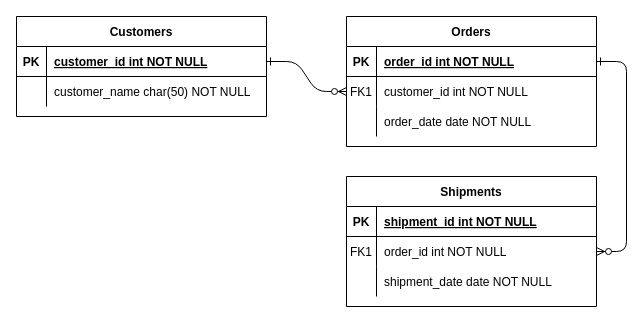
Above: Untitled Diagram.drawio in Okemwag/SavannahInfo-Assessment (draw.io), before the change. Source tidied: cells renumbered, new cells numbered last; positions are measured from the earlier drawing's top-left corner, leaving out a move shared by most shapes. Both pictures are drawn from the tidied source at 100%, with x=0, y=0 at pixel (16, 16).
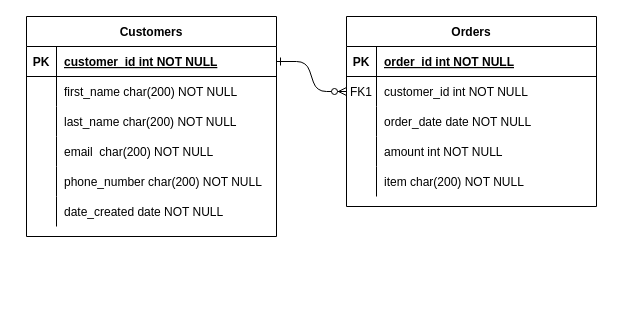
After the change.

The change refers to these unchanged cells:
```xml
<mxCell id="5" style="shape=partialRectangle;fillColor=none;points=[[0,0.5],[1,0.5]];portConstraint=eastwest;top=0;left=0;right=0;bottom=1;" parent="4" vertex="1">
  <mxGeometry y="30" width="250" height="30" as="geometry" />
</mxCell>
```

The edit, as a diff of the source:
```diff
@@
-    <mxCell id="3" style="edgeStyle=entityRelationEdgeStyle;endArrow=ERzeroToMany;startArrow=ERone;endFill=1;startFill=0;" parent="1" edge="1" source="5" target="18">
-      <mxGeometry relative="1" as="geometry" />
-    </mxCell>
     <mxCell id="4" value="Orders" style="shape=table;startSize=30;childLayout=tableLayout;rowLines=0;fontStyle=1;align=center;" parent="1" vertex="1">
-      <mxGeometry x="330" width="250" height="130" as="geometry" />
+      <mxGeometry x="330" width="250" height="190" as="geometry" />
     </mxCell>
@@
-    <mxCell id="14" value="Shipments" style="shape=table;startSize=30;childLayout=tableLayout;rowLines=0;fontStyle=1;align=center;" parent="1" vertex="1">
-      <mxGeometry x="330" y="160" width="250" height="130" as="geometry" />
-    </mxCell>
-    <mxCell id="15" style="shape=partialRectangle;fillColor=none;top=0;left=0;right=0;bottom=1;" parent="14" vertex="1">
-      <mxGeometry y="30" width="250" height="30" as="geometry" />
-    </mxCell>
-    <mxCell id="16" value="PK" style="shape=partialRectangle;overflow=hidden;fillColor=none;top=0;left=0;bottom=0;right=0;fontStyle=1;" parent="15" vertex="1">
-      <mxGeometry width="30" height="30" as="geometry" />
-    </mxCell>
-    <mxCell id="17" value="shipment_id int NOT NULL " style="shape=partialRectangle;overflow=hidden;fillColor=none;top=0;left=0;bottom=0;right=0;align=left;spacingLeft=6;fontStyle=5;" parent="15" vertex="1">
-      <mxGeometry x="30" width="220" height="30" as="geometry" />
-    </mxCell>
-    <mxCell id="18" style="shape=partialRectangle;fillColor=none;points=[[0,0.5],[1,0.5]];portConstraint=eastwest;top=0;left=0;right=0;bottom=0;" parent="14" vertex="1">
-      <mxGeometry y="60" width="250" height="30" as="geometry" />
-    </mxCell>
-    <mxCell id="19" value="FK1" style="shape=partialRectangle;overflow=hidden;fillColor=none;top=0;left=0;bottom=0;right=0;" parent="18" vertex="1">
-      <mxGeometry width="30" height="30" as="geometry" />
-    </mxCell>
-    <mxCell id="20" value="order_id int NOT NULL" style="shape=partialRectangle;overflow=hidden;fillColor=none;top=0;left=0;bottom=0;right=0;align=left;spacingLeft=6;" parent="18" vertex="1">
-      <mxGeometry x="30" width="220" height="30" as="geometry" />
-    </mxCell>
-    <mxCell id="21" style="shape=partialRectangle;fillColor=none;top=0;left=0;right=0;bottom=0;" parent="14" vertex="1">
-      <mxGeometry y="90" width="250" height="30" as="geometry" />
-    </mxCell>
-    <mxCell id="22" style="shape=partialRectangle;overflow=hidden;fillColor=none;top=0;left=0;bottom=0;right=0;" parent="21" vertex="1">
-      <mxGeometry width="30" height="30" as="geometry" />
-    </mxCell>
-    <mxCell id="23" value="shipment_date date NOT NULL" style="shape=partialRectangle;overflow=hidden;fillColor=none;top=0;left=0;bottom=0;right=0;align=left;spacingLeft=6;" parent="21" vertex="1">
-      <mxGeometry x="30" width="220" height="30" as="geometry" />
-    </mxCell>
+    <mxCell id="31" style="shape=partialRectangle;fillColor=none;top=0;left=0;right=0;bottom=0;" parent="4" vertex="1">
+      <mxGeometry y="120" width="250" height="30" as="geometry" />
+    </mxCell>
+    <mxCell id="32" style="shape=partialRectangle;overflow=hidden;fillColor=none;top=0;left=0;bottom=0;right=0;" parent="31" vertex="1">
+      <mxGeometry width="30" height="30" as="geometry" />
+    </mxCell>
+    <mxCell id="33" value="amount int NOT NULL" style="shape=partialRectangle;overflow=hidden;fillColor=none;top=0;left=0;bottom=0;right=0;align=left;spacingLeft=6;" parent="31" vertex="1">
+      <mxGeometry x="30" width="220" height="30" as="geometry" />
+    </mxCell>
+    <mxCell id="34" style="shape=partialRectangle;fillColor=none;top=0;left=0;right=0;bottom=0;" parent="4" vertex="1">
+      <mxGeometry y="150" width="250" height="30" as="geometry" />
+    </mxCell>
+    <mxCell id="35" style="shape=partialRectangle;overflow=hidden;fillColor=none;top=0;left=0;bottom=0;right=0;" parent="34" vertex="1">
+      <mxGeometry width="30" height="30" as="geometry" />
+    </mxCell>
+    <mxCell id="36" value="item char(200) NOT NULL" style="shape=partialRectangle;overflow=hidden;fillColor=none;top=0;left=0;bottom=0;right=0;align=left;spacingLeft=6;" parent="34" vertex="1">
+      <mxGeometry x="30" width="220" height="30" as="geometry" />
+    </mxCell>
     <mxCell id="24" value="Customers" style="shape=table;startSize=30;childLayout=tableLayout;rowLines=0;fontStyle=1;align=center;" parent="1" vertex="1">
-      <mxGeometry width="250" height="100" as="geometry" />
+      <mxGeometry x="10" width="250" height="220" as="geometry" />
     </mxCell>
@@
-    <mxCell id="28" style="shape=partialRectangle;fillColor=none;top=0;left=0;right=0;bottom=0;" parent="24" vertex="1">
-      <mxGeometry y="60" width="250" height="30" as="geometry" />
-    </mxCell>
-    <mxCell id="29" style="shape=partialRectangle;overflow=hidden;fillColor=none;top=0;left=0;bottom=0;right=0;" parent="28" vertex="1">
-      <mxGeometry width="30" height="30" as="geometry" />
-    </mxCell>
-    <mxCell id="30" value="customer_name char(50) NOT NULL" style="shape=partialRectangle;overflow=hidden;fillColor=none;top=0;left=0;bottom=0;right=0;align=left;spacingLeft=6;" parent="28" vertex="1">
-      <mxGeometry x="30" width="220" height="30" as="geometry" />
-    </mxCell>
+    <mxCell id="37" style="shape=partialRectangle;fillColor=none;top=0;left=0;right=0;bottom=0;fontStyle=1;" parent="24" vertex="1">
+      <mxGeometry y="60" width="250" height="30" as="geometry" />
+    </mxCell>
+    <mxCell id="38" style="shape=partialRectangle;overflow=hidden;fillColor=none;top=0;left=0;bottom=0;right=0;" parent="37" vertex="1">
+      <mxGeometry width="30" height="30" as="geometry" />
+    </mxCell>
+    <mxCell id="39" value="first_name char(200) NOT NULL" style="shape=partialRectangle;overflow=hidden;fillColor=none;top=0;left=0;bottom=0;right=0;align=left;spacingLeft=6;" parent="37" vertex="1">
+      <mxGeometry x="30" width="220" height="30" as="geometry" />
+    </mxCell>
+    <mxCell id="21" style="shape=partialRectangle;fillColor=none;top=0;left=0;right=0;bottom=0;" parent="24" vertex="1">
+      <mxGeometry y="90" width="250" height="30" as="geometry" />
+    </mxCell>
+    <mxCell id="40" style="shape=partialRectangle;overflow=hidden;fillColor=none;top=0;left=0;bottom=0;right=0;" parent="21" vertex="1">
+      <mxGeometry width="30" height="30" as="geometry" />
+    </mxCell>
+    <mxCell id="41" value="last_name char(200) NOT NULL" style="shape=partialRectangle;overflow=hidden;fillColor=none;top=0;left=0;bottom=0;right=0;align=left;spacingLeft=6;" parent="21" vertex="1">
+      <mxGeometry x="30" width="220" height="30" as="geometry" />
+    </mxCell>
+    <mxCell id="42" style="shape=partialRectangle;fillColor=none;top=0;left=0;right=0;bottom=0;" parent="24" vertex="1">
+      <mxGeometry y="120" width="250" height="30" as="geometry" />
+    </mxCell>
+    <mxCell id="43" style="shape=partialRectangle;overflow=hidden;fillColor=none;top=0;left=0;bottom=0;right=0;" parent="42" vertex="1">
+      <mxGeometry width="30" height="30" as="geometry" />
+    </mxCell>
+    <mxCell id="44" value="email  char(200) NOT NULL" style="shape=partialRectangle;overflow=hidden;fillColor=none;top=0;left=0;bottom=0;right=0;align=left;spacingLeft=6;" parent="42" vertex="1">
+      <mxGeometry x="30" width="220" height="30" as="geometry" />
+    </mxCell>
+    <mxCell id="45" style="shape=partialRectangle;fillColor=none;top=0;left=0;right=0;bottom=0;" parent="24" vertex="1">
+      <mxGeometry y="150" width="250" height="30" as="geometry" />
+    </mxCell>
+    <mxCell id="46" style="shape=partialRectangle;overflow=hidden;fillColor=none;top=0;left=0;bottom=0;right=0;" parent="45" vertex="1">
+      <mxGeometry width="30" height="30" as="geometry" />
+    </mxCell>
+    <mxCell id="47" value="phone_number char(200) NOT NULL" style="shape=partialRectangle;overflow=hidden;fillColor=none;top=0;left=0;bottom=0;right=0;align=left;spacingLeft=6;" parent="45" vertex="1">
+      <mxGeometry x="30" width="220" height="30" as="geometry" />
+    </mxCell>
+    <mxCell id="48" style="shape=partialRectangle;fillColor=none;top=0;left=0;right=0;bottom=0;" parent="24" vertex="1">
+      <mxGeometry y="180" width="250" height="30" as="geometry" />
+    </mxCell>
+    <mxCell id="49" style="shape=partialRectangle;overflow=hidden;fillColor=none;top=0;left=0;bottom=0;right=0;" parent="48" vertex="1">
+      <mxGeometry width="30" height="30" as="geometry" />
+    </mxCell>
+    <mxCell id="50" value="date_created date NOT NULL" style="shape=partialRectangle;overflow=hidden;fillColor=none;top=0;left=0;bottom=0;right=0;align=left;spacingLeft=6;" parent="48" vertex="1">
+      <mxGeometry x="30" width="220" height="30" as="geometry" />
+    </mxCell>
```
